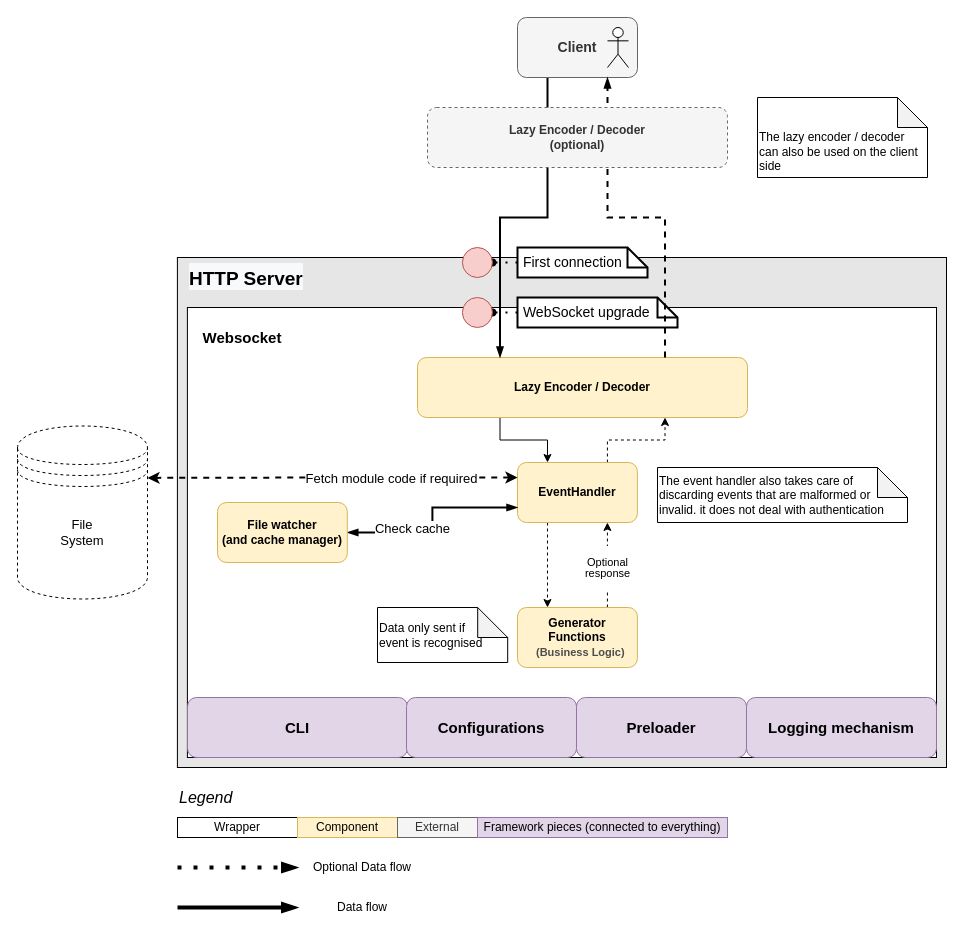
Earlier version of the draw.io diagram artefacts/Architecture/Data_Flow.drawio (duart38/serverless-sockets). Source tidied: cells renumbered, new cells numbered last; positions are measured from the earlier drawing's top-left corner, leaving out a move shared by most shapes. Both pictures are drawn from the tidied source at 100%, with x=0, y=0 at pixel (17, 17).
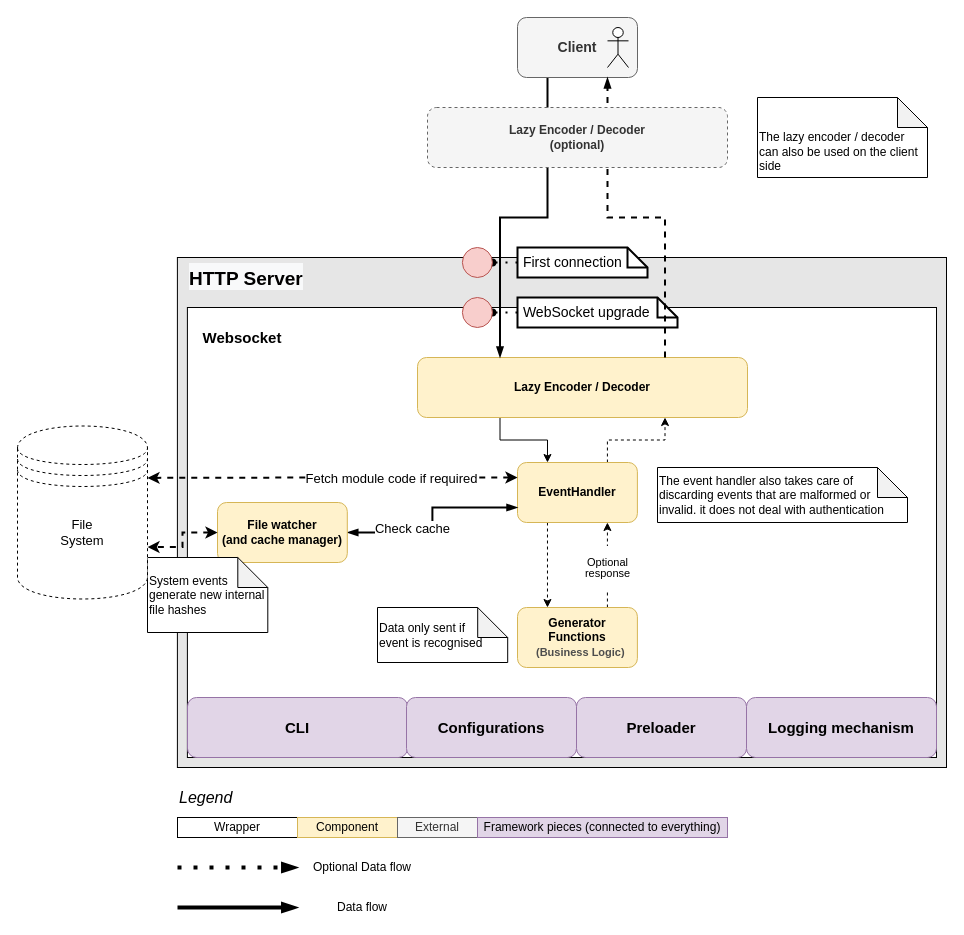
The same diagram, later.

Unchanged cells that the change refers to:
```xml
<mxCell id="2" style="group;" parent="1" vertex="1">
  <mxGeometry x="110" y="240" width="819" height="510" as="geometry" />
</mxCell>
<mxCell id="15" value="&lt;b&gt;File watcher&lt;br&gt;(and cache manager)&lt;br&gt;&lt;/b&gt;" style="rounded=1;whiteSpace=wrap;html=1;fillColor=#fff2cc;strokeColor=#d6b656;" parent="2" vertex="1">
  <mxGeometry x="90" y="245" width="129.8" height="60" as="geometry" />
</mxCell>
<mxCell id="44" style="shape=datastore;whiteSpace=wrap;html=1;dashed=1;align=left;" parent="1" vertex="1">
  <mxGeometry y="408.5" width="130" height="173" as="geometry" />
</mxCell>
```

The edit, as a diff of the source:
```diff
@@
+    <mxCell id="48" value="&lt;div&gt;System events generate new internal file hashes&lt;/div&gt;" style="shape=note;whiteSpace=wrap;html=1;backgroundOutline=1;darkOpacity=0.05;align=left;" parent="2" vertex="1">
+      <mxGeometry x="20" y="300" width="120.3" height="75" as="geometry" />
+    </mxCell>
@@
+    <mxCell id="49" style="edgeStyle=orthogonalEdgeStyle;rounded=0;jettySize=auto;html=1;exitX=0;exitY=0.5;exitDx=0;exitDy=0;entryX=1;entryY=0.7;entryDx=0;entryDy=0;fontSize=13;startArrow=classic;startFill=1;endArrow=classic;endFill=1;strokeWidth=2;dashed=1;" parent="1" edge="1" source="15" target="44">
+      <mxGeometry relative="1" as="geometry" />
+    </mxCell>
```
